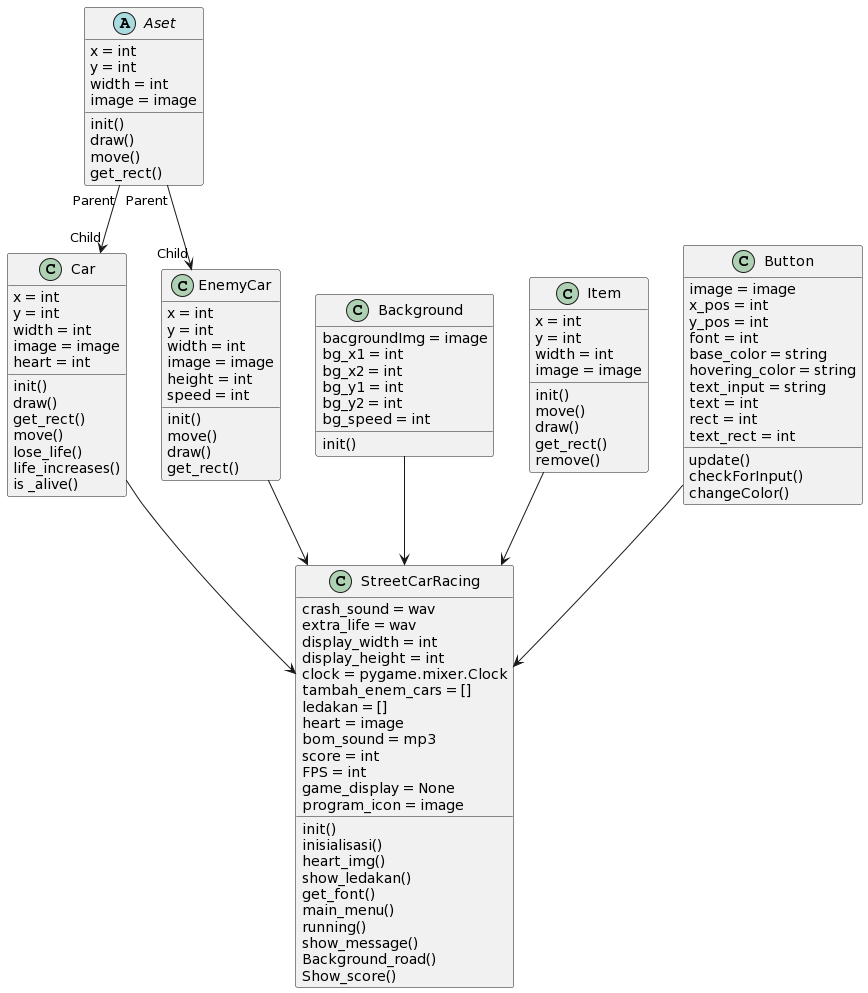
The PlantUML diagram img/class_diagram.png in wdyntr/Tubes_PBO, before a commit.
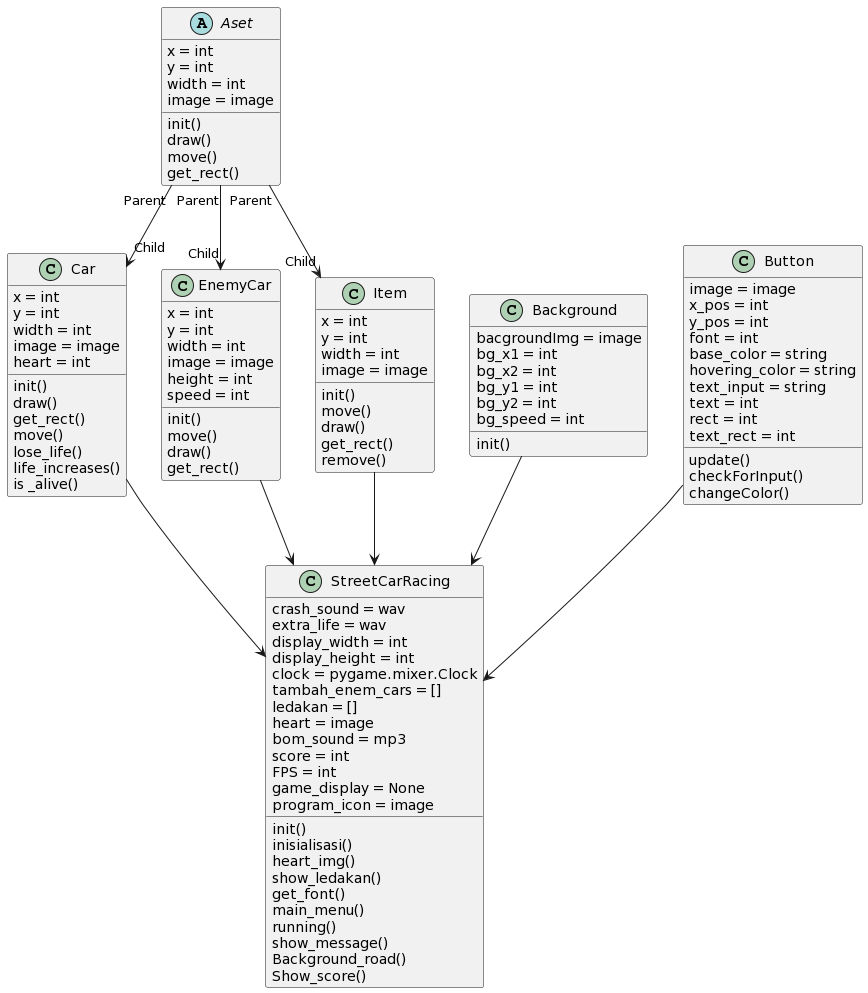
The same diagram one commit later.

Change to the diagram source:
```diff
@@ -104,6 +104,7 @@
 
 Aset "Parent" --> "Child" Car
 Aset "Parent" --> "Child" EnemyCar
+Aset "Parent" --> "Child" Item
 Background --> StreetCarRacing
 Car --> StreetCarRacing
 Item --> StreetCarRacing
```
